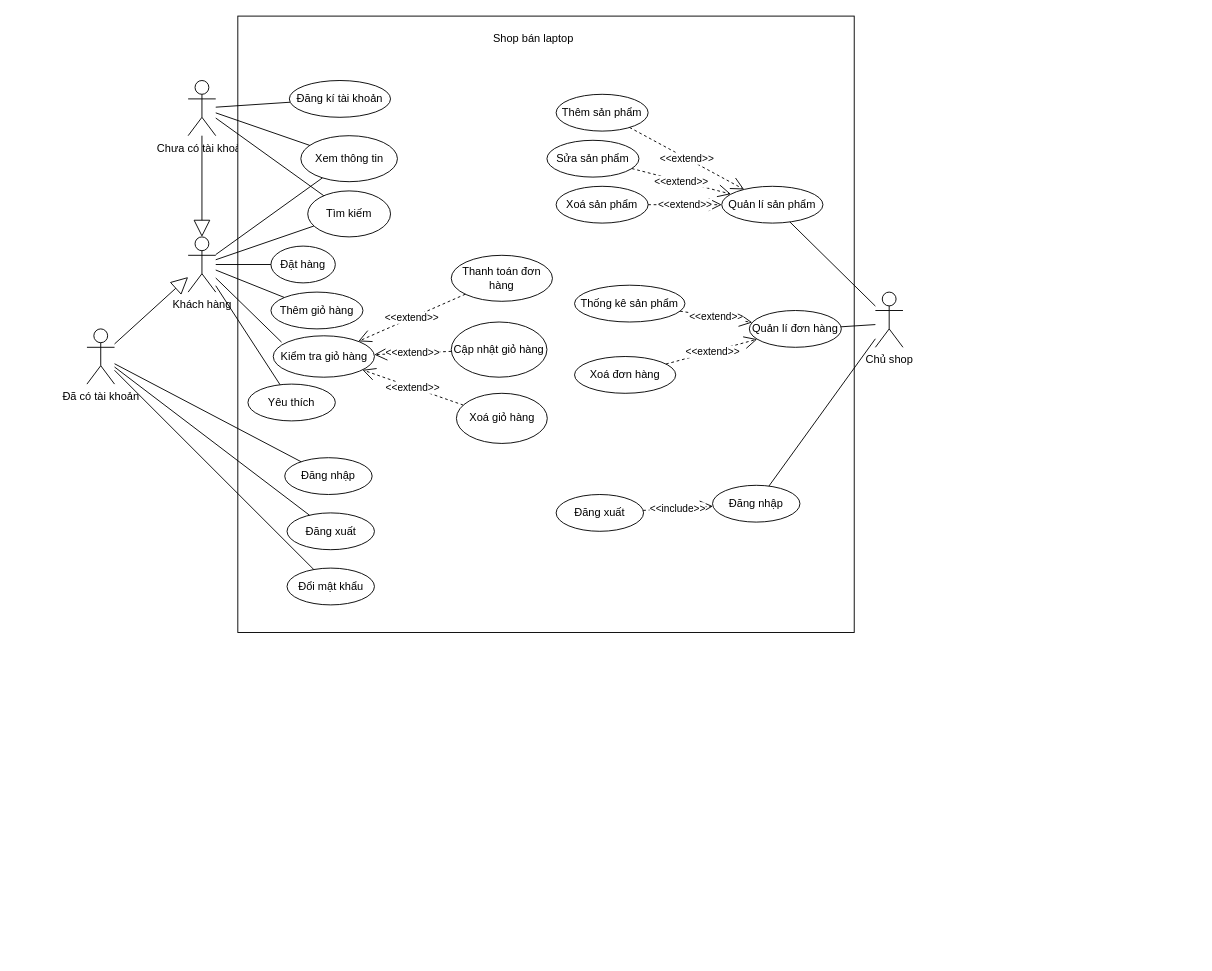
The draw.io diagram Usecase_storeLaptop.drawio in hugn2k4/Store_laptop, before the edit. Source tidied: cells renumbered, new cells numbered last; positions are measured from the earlier drawing's top-left corner, leaving out a move shared by most shapes. Both pictures are drawn from the tidied source at 92%, with x=0, y=0 at pixel (86, 16).
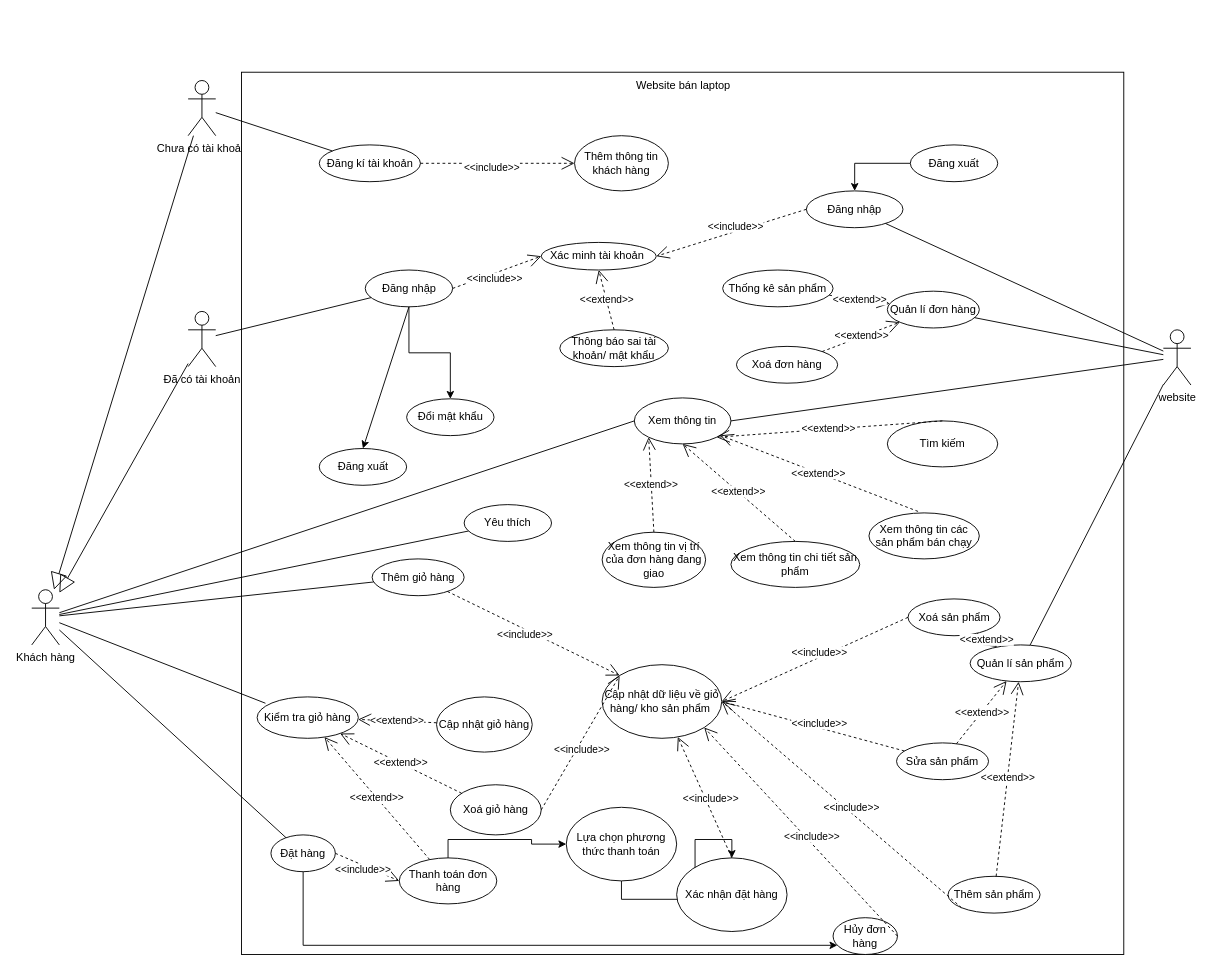
Above is the later version.

Commit message:
Cập nhật Usecase_storeLaptop.drawio

The change refers to these unchanged cells:
```xml
<mxCell id="4" value="Chưa có tài khoản" style="shape=umlActor;verticalLabelPosition=bottom;verticalAlign=top;html=1;outlineConnect=0;" parent="1" vertex="1">
  <mxGeometry x="110" y="70" width="30" height="60" as="geometry" />
</mxCell>
```

The edit, as a diff of the source:
```diff
@@
     <mxCell id="2" value="Khách hàng" style="shape=umlActor;verticalLabelPosition=bottom;verticalAlign=top;html=1;outlineConnect=0;" parent="1" vertex="1">
-      <mxGeometry x="110" y="240" width="30" height="60" as="geometry" />
+      <mxGeometry x="-60" y="623.5" width="30" height="60" as="geometry" />
     </mxCell>
-    <mxCell id="3" value="Chủ shop" style="shape=umlActor;verticalLabelPosition=bottom;verticalAlign=top;html=1;outlineConnect=0;" parent="1" vertex="1">
-      <mxGeometry x="857" y="300" width="30" height="60" as="geometry" />
+    <mxCell id="3" value="website" style="shape=umlActor;verticalLabelPosition=bottom;verticalAlign=top;html=1;outlineConnect=0;" parent="1" vertex="1">
+      <mxGeometry x="1170" y="341" width="30" height="60" as="geometry" />
     </mxCell>
@@
     <mxCell id="5" style="whiteSpace=wrap;html=1;" parent="1" vertex="1">
-      <mxGeometry x="164" width="670" height="670" as="geometry" />
+      <mxGeometry x="168" y="61" width="959" height="959" as="geometry" />
     </mxCell>
     <mxCell id="6" value="Đã có tài khoản&lt;div&gt;&lt;br&gt;&lt;/div&gt;" style="shape=umlActor;verticalLabelPosition=bottom;verticalAlign=top;html=1;outlineConnect=0;" parent="1" vertex="1">
-      <mxGeometry y="340" width="30" height="60" as="geometry" />
+      <mxGeometry x="110" y="321" width="30" height="60" as="geometry" />
     </mxCell>
-    <mxCell id="7" value="Shop bán laptop" style="text;html=1;align=center;verticalAlign=middle;strokeColor=none;fillColor=none;" parent="1" vertex="1">
-      <mxGeometry x="430" y="10" width="110" height="30" as="geometry" />
+    <mxCell id="7" value="Website bán laptop" style="text;html=1;align=center;verticalAlign=middle;strokeColor=none;fillColor=none;" parent="1" vertex="1">
+      <mxGeometry x="582.5" y="61" width="130" height="30" as="geometry" />
     </mxCell>
     <mxCell id="8" value="Đăng kí tài khoản" style="ellipse;whiteSpace=wrap;html=1;" parent="1" vertex="1">
-      <mxGeometry x="220" y="70" width="110" height="40" as="geometry" />
+      <mxGeometry x="252.5" y="140" width="110" height="40" as="geometry" />
     </mxCell>
     <mxCell id="9" value="Xem thông tin" style="ellipse;whiteSpace=wrap;html=1;" parent="1" vertex="1">
-      <mxGeometry x="232.5" y="130" width="105" height="50" as="geometry" />
+      <mxGeometry x="595" y="415" width="105" height="50" as="geometry" />
     </mxCell>
     <mxCell id="10" value="Tìm kiếm" style="ellipse;whiteSpace=wrap;html=1;" parent="1" vertex="1">
-      <mxGeometry x="240" y="190" width="90" height="50" as="geometry" />
+      <mxGeometry x="870" y="440" width="120" height="50" as="geometry" />
     </mxCell>
+    <mxCell id="56" style="edgeStyle=orthogonalEdgeStyle;rounded=0;jettySize=auto;html=1;" parent="1" edge="1" source="11" target="79">
+      <mxGeometry relative="1" as="geometry">
+        <Array as="points">
+          <mxPoint x="235" y="1010" />
+        </Array>
+      </mxGeometry>
+    </mxCell>
     <mxCell id="11" value="Đặt hàng" style="ellipse;whiteSpace=wrap;html=1;" parent="1" vertex="1">
-      <mxGeometry x="200" y="250" width="70" height="40" as="geometry" />
+      <mxGeometry x="200" y="890" width="70" height="40" as="geometry" />
     </mxCell>
     <mxCell id="12" value="Thêm giỏ hàng" style="ellipse;whiteSpace=wrap;html=1;" parent="1" vertex="1">
-      <mxGeometry x="200" y="300" width="100" height="40" as="geometry" />
+      <mxGeometry x="310" y="590" width="100" height="40" as="geometry" />
     </mxCell>
     <mxCell id="13" value="Kiểm tra giỏ hàng" style="ellipse;whiteSpace=wrap;html=1;" parent="1" vertex="1">
-      <mxGeometry x="202.5" y="347.5" width="110" height="45" as="geometry" />
+      <mxGeometry x="185" y="740" width="110" height="45" as="geometry" />
     </mxCell>
     <mxCell id="14" value="Xoá giỏ hàng" style="ellipse;whiteSpace=wrap;html=1;" parent="1" vertex="1">
-      <mxGeometry x="401.6" y="410" width="98.8" height="54.5" as="geometry" />
+      <mxGeometry x="395" y="835.5" width="98.8" height="54.5" as="geometry" />
     </mxCell>
     <mxCell id="15" value="Cập nhật giỏ hàng" style="ellipse;whiteSpace=wrap;html=1;" parent="1" vertex="1">
-      <mxGeometry x="396" y="332.5" width="104" height="60" as="geometry" />
+      <mxGeometry x="380" y="740" width="104" height="60" as="geometry" />
     </mxCell>
+    <mxCell id="57" style="edgeStyle=orthogonalEdgeStyle;rounded=0;jettySize=auto;html=1;entryX=0;entryY=0.5;entryDx=0;entryDy=0;exitX=0.5;exitY=0;exitDx=0;exitDy=0;" parent="1" edge="1" source="16" target="75">
+      <mxGeometry relative="1" as="geometry" />
+    </mxCell>
     <mxCell id="16" value="Thanh toán đơn hàng" style="ellipse;whiteSpace=wrap;html=1;" parent="1" vertex="1">
-      <mxGeometry x="396" y="260" width="110" height="50" as="geometry" />
+      <mxGeometry x="339.5" y="915" width="106" height="50" as="geometry" />
     </mxCell>
     <mxCell id="17" value="Yêu thích" style="ellipse;whiteSpace=wrap;html=1;" parent="1" vertex="1">
-      <mxGeometry x="175" y="400" width="95" height="40" as="geometry" />
+      <mxGeometry x="410" y="531" width="95" height="40" as="geometry" />
     </mxCell>
+    <mxCell id="58" style="edgeStyle=orthogonalEdgeStyle;rounded=0;jettySize=auto;html=1;" parent="1" edge="1" source="18" target="19">
+      <mxGeometry relative="1" as="geometry" />
+    </mxCell>
     <mxCell id="18" value="Đăng nhập" style="ellipse;whiteSpace=wrap;html=1;" parent="1" vertex="1">
-      <mxGeometry x="215" y="480" width="95" height="40" as="geometry" />
+      <mxGeometry x="302.5" y="276" width="95" height="40" as="geometry" />
     </mxCell>
     <mxCell id="19" value="Đổi mật khẩu" style="ellipse;whiteSpace=wrap;html=1;" parent="1" vertex="1">
-      <mxGeometry x="217.5" y="600" width="95" height="40" as="geometry" />
+      <mxGeometry x="347.5" y="416" width="95" height="40" as="geometry" />
     </mxCell>
     <mxCell id="20" value="Đăng xuất" style="ellipse;whiteSpace=wrap;html=1;" parent="1" vertex="1">
-      <mxGeometry x="217.5" y="540" width="95" height="40" as="geometry" />
+      <mxGeometry x="252.5" y="470" width="95" height="40" as="geometry" />
     </mxCell>
     <mxCell id="21" value="Thêm sản phẩm" style="ellipse;whiteSpace=wrap;html=1;" parent="1" vertex="1">
-      <mxGeometry x="510" y="85" width="100" height="40" as="geometry" />
+      <mxGeometry x="936" y="935" width="100" height="40" as="geometry" />
     </mxCell>
     <mxCell id="22" value="Sửa sản phẩm" style="ellipse;whiteSpace=wrap;html=1;" parent="1" vertex="1">
-      <mxGeometry x="500" y="135" width="100" height="40" as="geometry" />
+      <mxGeometry x="880" y="790" width="100" height="40" as="geometry" />
     </mxCell>
     <mxCell id="23" value="Xoá sản phẩm" style="ellipse;whiteSpace=wrap;html=1;" parent="1" vertex="1">
-      <mxGeometry x="510" y="185" width="100" height="40" as="geometry" />
+      <mxGeometry x="892.5" y="633.5" width="100" height="40" as="geometry" />
     </mxCell>
     <mxCell id="24" value="Thống kê sản phẩm" style="ellipse;whiteSpace=wrap;html=1;" parent="1" vertex="1">
-      <mxGeometry x="530" y="292.5" width="120" height="40" as="geometry" />
+      <mxGeometry x="691" y="276" width="120" height="40" as="geometry" />
     </mxCell>
     <mxCell id="25" value="Xoá đơn hàng" style="ellipse;whiteSpace=wrap;html=1;" parent="1" vertex="1">
-      <mxGeometry x="530" y="370" width="110" height="40" as="geometry" />
+      <mxGeometry x="706" y="359" width="110" height="40" as="geometry" />
     </mxCell>
     <mxCell id="26" value="Quản lí đơn hàng" style="ellipse;whiteSpace=wrap;html=1;" parent="1" vertex="1">
-      <mxGeometry x="720" y="320" width="100" height="40" as="geometry" />
+      <mxGeometry x="870" y="299" width="100" height="40" as="geometry" />
     </mxCell>
     <mxCell id="27" value="Quản lí sản phẩm" style="ellipse;whiteSpace=wrap;html=1;" parent="1" vertex="1">
-      <mxGeometry x="690" y="185" width="110" height="40" as="geometry" />
+      <mxGeometry x="960" y="683.5" width="110" height="40" as="geometry" />
     </mxCell>
@@
-    <mxCell id="31" style="endArrow=none;html=1;rounded=0;" parent="1" edge="1" source="9" target="4">
-      <mxGeometry relative="1" as="geometry" />
-    </mxCell>
-    <mxCell id="32" style="endArrow=none;html=1;rounded=0;" parent="1" edge="1" source="10" target="4">
-      <mxGeometry relative="1" as="geometry" />
-    </mxCell>
@@
-    <mxCell id="37" style="endArrow=none;html=1;rounded=0;" parent="1" edge="1" source="20" target="6">
-      <mxGeometry relative="1" as="geometry" />
-    </mxCell>
-    <mxCell id="38" style="endArrow=none;html=1;rounded=0;" parent="1" edge="1" source="19" target="6">
-      <mxGeometry relative="1" as="geometry" />
-    </mxCell>
@@
-    <mxCell id="40" value="&amp;lt;&amp;lt;include&amp;gt;&amp;gt;" style="endArrow=open;endSize=12;dashed=1;html=1;rounded=0;" parent="1" edge="1" source="53" target="51">
-      <mxGeometry relative="1" as="geometry" />
-    </mxCell>
@@
-    <mxCell id="48" style="endArrow=none;html=1;rounded=0;" parent="1" edge="1" target="26">
-      <mxGeometry relative="1" as="geometry">
-        <mxPoint x="857" y="335.3" as="sourcePoint" />
-      </mxGeometry>
+    <mxCell id="48" style="endArrow=none;html=1;rounded=0;" parent="1" edge="1" source="3" target="26">
+      <mxGeometry relative="1" as="geometry" />
     </mxCell>
@@
     <mxCell id="51" value="Đăng nhập" style="ellipse;whiteSpace=wrap;html=1;" parent="1" vertex="1">
-      <mxGeometry x="680" y="510" width="95" height="40" as="geometry" />
+      <mxGeometry x="782" y="190" width="105" height="40" as="geometry" />
     </mxCell>
@@
+    <mxCell id="40" style="edgeStyle=orthogonalEdgeStyle;rounded=0;jettySize=auto;html=1;" parent="1" edge="1" source="53" target="51">
+      <mxGeometry relative="1" as="geometry" />
+    </mxCell>
     <mxCell id="53" value="Đăng xuất" style="ellipse;whiteSpace=wrap;html=1;" parent="1" vertex="1">
-      <mxGeometry x="510" y="520" width="95" height="40" as="geometry" />
+      <mxGeometry x="895" y="140" width="95" height="40" as="geometry" />
     </mxCell>
-    <mxCell id="54" style="endArrow=none;html=1;rounded=0;" parent="1" edge="1" source="2" target="10">
-      <mxGeometry relative="1" as="geometry" />
-    </mxCell>
-    <mxCell id="55" style="endArrow=none;html=1;rounded=0;" parent="1" edge="1" source="2" target="9">
+    <mxCell id="55" style="endArrow=none;html=1;rounded=0;entryX=0;entryY=0.5;entryDx=0;entryDy=0;" parent="1" edge="1" source="2" target="9">
       <mxGeometry relative="1" as="geometry" />
     </mxCell>
+    <mxCell id="59" value="&amp;lt;&amp;lt;include&amp;gt;&amp;gt;" style="endArrow=open;endSize=12;dashed=1;html=1;rounded=0;entryX=0;entryY=0.5;entryDx=0;entryDy=0;" parent="1" edge="1" source="8" target="60">
+      <mxGeometry x="-0.08" y="-5" relative="1" as="geometry" />
+    </mxCell>
+    <mxCell id="60" value="Thêm thông tin khách hàng" style="ellipse;whiteSpace=wrap;html=1;" parent="1" vertex="1">
+      <mxGeometry x="530" y="130" width="102" height="60" as="geometry" />
+    </mxCell>
+    <mxCell id="61" value="&amp;lt;&amp;lt;include&amp;gt;&amp;gt;" style="endArrow=open;endSize=12;dashed=1;html=1;rounded=0;entryX=0;entryY=0.5;entryDx=0;entryDy=0;exitX=1;exitY=0.5;exitDx=0;exitDy=0;" parent="1" edge="1" source="11" target="16">
+      <mxGeometry x="-0.08" y="-5" relative="1" as="geometry" />
+    </mxCell>
+    <mxCell id="62" style="endArrow=none;html=1;rounded=0;exitX=1;exitY=0.5;exitDx=0;exitDy=0;" parent="1" edge="1" source="9" target="3">
+      <mxGeometry relative="1" as="geometry" />
+    </mxCell>
+    <mxCell id="63" value="Cập nhật dữ liệu về giỏ hàng/ kho sản phẩm&amp;nbsp;" style="ellipse;whiteSpace=wrap;html=1;" parent="1" vertex="1">
+      <mxGeometry x="560" y="705" width="130" height="80" as="geometry" />
+    </mxCell>
+    <mxCell id="64" value="&amp;lt;&amp;lt;include&amp;gt;&amp;gt;" style="endArrow=open;endSize=12;dashed=1;html=1;rounded=0;entryX=0;entryY=0;entryDx=0;entryDy=0;" parent="1" edge="1" source="12" target="63">
+      <mxGeometry x="-0.08" y="-5" relative="1" as="geometry" />
+    </mxCell>
+    <mxCell id="65" value="&amp;lt;&amp;lt;include&amp;gt;&amp;gt;" style="endArrow=open;endSize=12;dashed=1;html=1;rounded=0;entryX=0;entryY=0;entryDx=0;entryDy=0;exitX=1;exitY=0.5;exitDx=0;exitDy=0;" parent="1" edge="1" source="14" target="63">
+      <mxGeometry x="-0.06" y="-5" relative="1" as="geometry" />
+    </mxCell>
+    <mxCell id="66" value="&amp;lt;&amp;lt;include&amp;gt;&amp;gt;" style="endArrow=open;endSize=12;dashed=1;html=1;rounded=0;entryX=1;entryY=0.5;entryDx=0;entryDy=0;exitX=0;exitY=0.5;exitDx=0;exitDy=0;" parent="1" edge="1" source="23" target="63">
+      <mxGeometry x="-0.06" y="-5" relative="1" as="geometry" />
+    </mxCell>
+    <mxCell id="67" value="&amp;lt;&amp;lt;include&amp;gt;&amp;gt;" style="endArrow=open;endSize=12;dashed=1;html=1;rounded=0;entryX=1;entryY=0.5;entryDx=0;entryDy=0;" parent="1" edge="1" source="22" target="63">
+      <mxGeometry x="-0.06" y="-5" relative="1" as="geometry" />
+    </mxCell>
+    <mxCell id="68" value="&amp;lt;&amp;lt;include&amp;gt;&amp;gt;" style="endArrow=open;endSize=12;dashed=1;html=1;rounded=0;exitX=0;exitY=1;exitDx=0;exitDy=0;entryX=1;entryY=0.5;entryDx=0;entryDy=0;" parent="1" edge="1" source="21" target="63">
+      <mxGeometry x="-0.06" y="-5" relative="1" as="geometry" />
+    </mxCell>
+    <mxCell id="69" value="Xác minh tài khoản&amp;nbsp;" style="ellipse;whiteSpace=wrap;html=1;" parent="1" vertex="1">
+      <mxGeometry x="493.8" y="246" width="125" height="30" as="geometry" />
+    </mxCell>
+    <mxCell id="70" value="&amp;lt;&amp;lt;include&amp;gt;&amp;gt;" style="endArrow=open;endSize=12;dashed=1;html=1;rounded=0;entryX=0;entryY=0.5;entryDx=0;entryDy=0;exitX=1;exitY=0.5;exitDx=0;exitDy=0;" parent="1" edge="1" source="18" target="69">
+      <mxGeometry x="-0.08" y="-5" relative="1" as="geometry" />
+    </mxCell>
+    <mxCell id="71" value="&amp;lt;&amp;lt;include&amp;gt;&amp;gt;" style="endArrow=open;endSize=12;dashed=1;html=1;rounded=0;entryX=1;entryY=0.5;entryDx=0;entryDy=0;exitX=0;exitY=0.5;exitDx=0;exitDy=0;" parent="1" edge="1" source="51" target="69">
+      <mxGeometry x="-0.08" y="-5" relative="1" as="geometry" />
+    </mxCell>
+    <mxCell id="72" value="Thông báo sai tài khoản/ mật khẩu" style="ellipse;whiteSpace=wrap;html=1;" parent="1" vertex="1">
+      <mxGeometry x="514" y="341" width="118" height="40" as="geometry" />
+    </mxCell>
+    <mxCell id="73" value="&amp;lt;&amp;lt;extend&amp;gt;&amp;gt;" style="endArrow=open;endSize=12;dashed=1;html=1;rounded=0;entryX=0.5;entryY=1;entryDx=0;entryDy=0;exitX=0.5;exitY=0;exitDx=0;exitDy=0;" parent="1" edge="1" source="72" target="69">
+      <mxGeometry x="0.01" relative="1" as="geometry" />
+    </mxCell>
+    <mxCell id="74" style="edgeStyle=orthogonalEdgeStyle;rounded=0;jettySize=auto;html=1;" parent="1" edge="1" source="75" target="76">
+      <mxGeometry relative="1" as="geometry" />
+    </mxCell>
+    <mxCell id="75" value="Lựa chọn phương thức thanh toán" style="ellipse;whiteSpace=wrap;html=1;" parent="1" vertex="1">
+      <mxGeometry x="521" y="860" width="120" height="80" as="geometry" />
+    </mxCell>
+    <mxCell id="76" value="Xác nhận đặt hàng" style="ellipse;whiteSpace=wrap;html=1;" parent="1" vertex="1">
+      <mxGeometry x="641" y="915" width="120" height="80" as="geometry" />
+    </mxCell>
+    <mxCell id="77" style="endArrow=classic;html=1;rounded=0;entryX=0.5;entryY=0;entryDx=0;entryDy=0;exitX=0.5;exitY=1;exitDx=0;exitDy=0;" parent="1" edge="1" source="18" target="20">
+      <mxGeometry relative="1" as="geometry" />
+    </mxCell>
+    <mxCell id="78" value="&amp;lt;&amp;lt;include&amp;gt;&amp;gt;" style="endArrow=open;endSize=12;dashed=1;html=1;rounded=0;exitX=0.5;exitY=0;exitDx=0;exitDy=0;" parent="1" edge="1" source="76" target="63">
+      <mxGeometry x="-0.06" y="-5" relative="1" as="geometry" />
+    </mxCell>
+    <mxCell id="79" value="Hủy đơn hàng" style="ellipse;whiteSpace=wrap;html=1;" parent="1" vertex="1">
+      <mxGeometry x="811" y="980" width="70" height="40" as="geometry" />
+    </mxCell>
+    <mxCell id="80" value="&amp;lt;&amp;lt;include&amp;gt;&amp;gt;" style="endArrow=open;endSize=12;dashed=1;html=1;rounded=0;exitX=1;exitY=0.5;exitDx=0;exitDy=0;entryX=1;entryY=1;entryDx=0;entryDy=0;" parent="1" edge="1" source="79" target="63">
+      <mxGeometry x="-0.08" y="-5" relative="1" as="geometry" />
+    </mxCell>
+    <mxCell id="81" value="Xem thông tin các sản phẩm bán chạy" style="ellipse;whiteSpace=wrap;html=1;" parent="1" vertex="1">
+      <mxGeometry x="850" y="540" width="120" height="50" as="geometry" />
+    </mxCell>
+    <mxCell id="82" value="Xem thông tin chi tiết sản phẩm" style="ellipse;whiteSpace=wrap;html=1;" parent="1" vertex="1">
+      <mxGeometry x="700" y="571" width="140" height="50" as="geometry" />
+    </mxCell>
+    <mxCell id="83" value="Xem thông tin vị trí của đơn hàng đang giao" style="ellipse;whiteSpace=wrap;html=1;" parent="1" vertex="1">
+      <mxGeometry x="560" y="561" width="112.5" height="60" as="geometry" />
+    </mxCell>
+    <mxCell id="84" value="&amp;lt;&amp;lt;extend&amp;gt;&amp;gt;" style="endArrow=open;endSize=12;dashed=1;html=1;rounded=0;exitX=0.5;exitY=0;exitDx=0;exitDy=0;entryX=0;entryY=1;entryDx=0;entryDy=0;" parent="1" edge="1" source="83" target="9">
+      <mxGeometry x="0.01" relative="1" as="geometry" />
+    </mxCell>
+    <mxCell id="85" value="&amp;lt;&amp;lt;extend&amp;gt;&amp;gt;" style="endArrow=open;endSize=12;dashed=1;html=1;rounded=0;entryX=0.5;entryY=1;entryDx=0;entryDy=0;exitX=0.5;exitY=0;exitDx=0;exitDy=0;" parent="1" edge="1" source="82" target="9">
+      <mxGeometry x="0.01" relative="1" as="geometry" />
+    </mxCell>
+    <mxCell id="86" value="&amp;lt;&amp;lt;extend&amp;gt;&amp;gt;" style="endArrow=open;endSize=12;dashed=1;html=1;rounded=0;exitX=0.445;exitY=-0.032;exitDx=0;exitDy=0;exitPerimeter=0;" parent="1" edge="1" source="81" target="9">
+      <mxGeometry x="0.01" relative="1" as="geometry" />
+    </mxCell>
+    <mxCell id="87" value="&amp;lt;&amp;lt;extend&amp;gt;&amp;gt;" style="endArrow=open;endSize=12;dashed=1;html=1;rounded=0;entryX=1;entryY=1;entryDx=0;entryDy=0;exitX=0.5;exitY=0;exitDx=0;exitDy=0;" parent="1" edge="1" source="10" target="9">
+      <mxGeometry x="0.01" relative="1" as="geometry" />
+    </mxCell>
```
